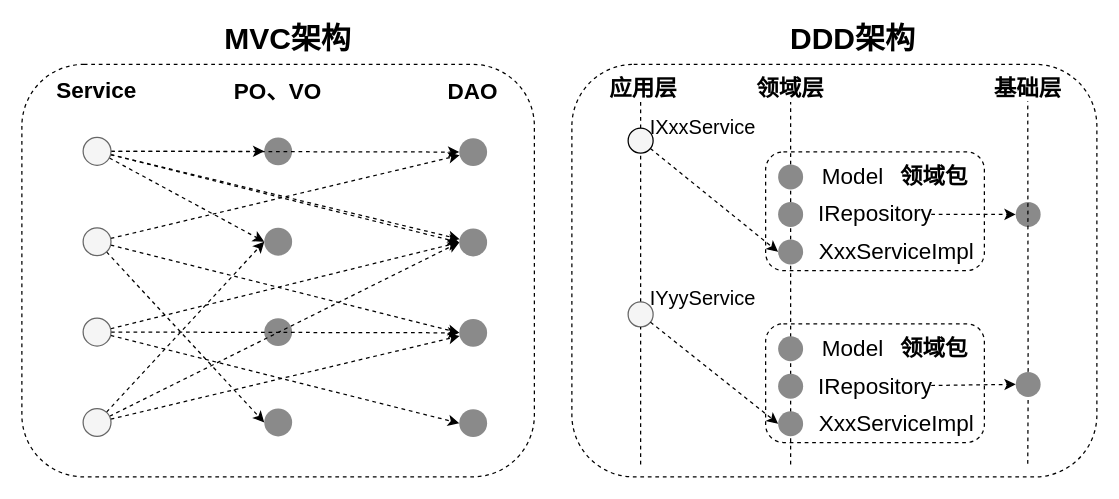
Above: page "第 2 页" (2 of 2) of docs/笔记/项目笔记/Lottery/流程图/系统架构.drawio in HappyBinbin/HappyBinbin.github.io (draw.io), before the change. Source tidied: cells renumbered, new cells numbered last; positions are measured from the earlier drawing's top-left corner, leaving out a move shared by most shapes. Both pictures are drawn from the tidied source at 125%, with x=0, y=0 at pixel (21, 26).
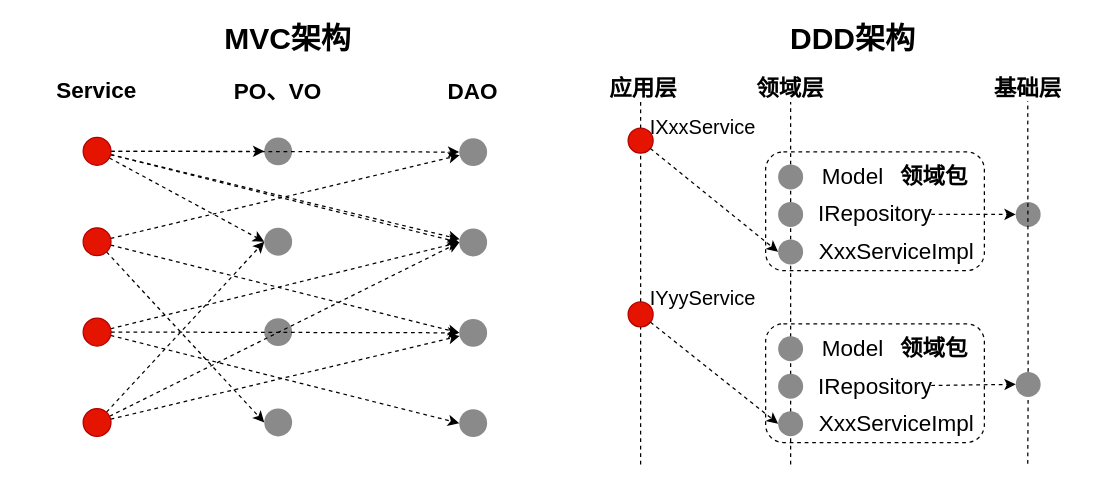
The same diagram, later.

The change refers to these unchanged cells:
```xml
<mxCell id="7" style="ellipse;whiteSpace=wrap;html=1;gradientDirection=north;fillColor=#8A8A8A;strokeColor=none;" parent="1" vertex="1">
  <mxGeometry x="349.9" y="89" width="22.3" height="22.3" as="geometry" />
</mxCell>
<mxCell id="8" style="ellipse;whiteSpace=wrap;html=1;gradientDirection=north;fillColor=#8A8A8A;strokeColor=none;" parent="1" vertex="1">
  <mxGeometry x="349.9" y="161.3" width="22.3" height="22.3" as="geometry" />
</mxCell>
<mxCell id="9" style="ellipse;whiteSpace=wrap;html=1;gradientDirection=north;fillColor=#8A8A8A;strokeColor=none;" parent="1" vertex="1">
  <mxGeometry x="349.9" y="233.6" width="22.3" height="22.3" as="geometry" />
</mxCell>
<mxCell id="10" style="ellipse;whiteSpace=wrap;html=1;gradientDirection=north;fillColor=#8A8A8A;strokeColor=none;" parent="1" vertex="1">
  <mxGeometry x="349.9" y="305.9" width="22.3" height="22.3" as="geometry" />
</mxCell>
<mxCell id="11" style="ellipse;whiteSpace=wrap;html=1;gradientDirection=north;fillColor=#8A8A8A;strokeColor=none;" parent="1" vertex="1">
  <mxGeometry x="193.9" y="88.4" width="22.3" height="22.3" as="geometry" />
</mxCell>
<mxCell id="12" style="ellipse;whiteSpace=wrap;html=1;gradientDirection=north;fillColor=#8A8A8A;strokeColor=none;" parent="1" vertex="1">
  <mxGeometry x="193.9" y="160.7" width="22.3" height="22.3" as="geometry" />
</mxCell>
<mxCell id="14" style="ellipse;whiteSpace=wrap;html=1;gradientDirection=north;fillColor=#8A8A8A;strokeColor=none;" parent="1" vertex="1">
  <mxGeometry x="193.9" y="305.3" width="22.3" height="22.3" as="geometry" />
</mxCell>
<mxCell id="49" value="&lt;font style=&quot;font-size: 18px&quot;&gt;IRepository&lt;/font&gt;" style="text;html=1;strokeColor=none;fillColor=none;align=center;verticalAlign=middle;whiteSpace=wrap;rounded=0;dashed=1;" parent="45" vertex="1">
  <mxGeometry x="42.5" y="40" width="90" height="20" as="geometry" />
</mxCell>
<mxCell id="52" style="ellipse;whiteSpace=wrap;html=1;gradientDirection=north;fillColor=#8A8A8A;strokeColor=none;" parent="45" vertex="1">
  <mxGeometry x="10" y="70" width="20" height="20" as="geometry" />
</mxCell>
<mxCell id="60" value="&lt;font style=&quot;font-size: 18px&quot;&gt;IRepository&lt;/font&gt;" style="text;html=1;strokeColor=none;fillColor=none;align=center;verticalAlign=middle;whiteSpace=wrap;rounded=0;dashed=1;" parent="56" vertex="1">
  <mxGeometry x="42.5" y="40" width="90" height="20" as="geometry" />
</mxCell>
<mxCell id="63" style="ellipse;whiteSpace=wrap;html=1;gradientDirection=north;fillColor=#8A8A8A;strokeColor=none;" parent="56" vertex="1">
  <mxGeometry x="10" y="70" width="20" height="20" as="geometry" />
</mxCell>
```

Change to the diagram source:
```diff
@@
-    <mxCell id="2" style="rounded=1;whiteSpace=wrap;html=1;dashed=1;fillColor=none;" parent="1" vertex="1">
-      <mxGeometry y="30" width="410" height="330" as="geometry" />
-    </mxCell>
@@
     <mxCell id="15" style="rounded=0;sketch=0;jettySize=auto;html=1;endArrow=classic;endFill=1;dashed=1;" parent="1" edge="1" source="20" target="11">
-      <mxGeometry x="790" y="319" as="geometry" />
+      <mxGeometry x="-1" y="229" as="geometry" />
     </mxCell>
     <mxCell id="16" style="rounded=0;sketch=0;jettySize=auto;html=1;entryX=0;entryY=0.5;entryDx=0;entryDy=0;endArrow=classic;endFill=1;dashed=1;" parent="1" edge="1" source="20" target="12">
-      <mxGeometry x="790" y="319" as="geometry" />
+      <mxGeometry x="-1" y="229" as="geometry" />
     </mxCell>
     <mxCell id="17" style="edgeStyle=none;rounded=0;sketch=0;jettySize=auto;html=1;dashed=1;endArrow=classic;endFill=1;" parent="1" edge="1" source="20" target="8">
-      <mxGeometry x="790" y="319" as="geometry" />
+      <mxGeometry x="-1" y="229" as="geometry" />
     </mxCell>
     <mxCell id="18" style="edgeStyle=none;rounded=0;sketch=0;jettySize=auto;html=1;dashed=1;endArrow=classic;endFill=1;" parent="1" edge="1" source="20" target="7">
-      <mxGeometry x="790" y="319" as="geometry" />
+      <mxGeometry x="-1" y="229" as="geometry" />
     </mxCell>
     <mxCell id="19" style="edgeStyle=none;rounded=0;sketch=0;jettySize=auto;html=1;entryX=0;entryY=0.5;entryDx=0;entryDy=0;dashed=1;endArrow=classic;endFill=1;" parent="1" edge="1" source="20" target="8">
-      <mxGeometry x="790" y="319" as="geometry" />
+      <mxGeometry x="-1" y="229" as="geometry" />
     </mxCell>
-    <mxCell id="20" style="ellipse;whiteSpace=wrap;html=1;gradientDirection=north;fillColor=#f5f5f5;strokeColor=#666666;fontColor=#333333;" parent="1" vertex="1">
+    <mxCell id="20" style="ellipse;whiteSpace=wrap;html=1;gradientDirection=north;fillColor=#e51400;strokeColor=#B20000;fontColor=#ffffff;" parent="1" vertex="1">
       <mxGeometry x="49" y="88.4" width="22.3" height="22.3" as="geometry" />
     </mxCell>
     <mxCell id="21" style="edgeStyle=none;rounded=0;sketch=0;jettySize=auto;html=1;entryX=0;entryY=0.5;entryDx=0;entryDy=0;dashed=1;endArrow=classic;endFill=1;" parent="1" edge="1" source="24" target="14">
-      <mxGeometry x="790" y="319" as="geometry" />
+      <mxGeometry x="-1" y="229" as="geometry" />
     </mxCell>
     <mxCell id="22" style="edgeStyle=none;rounded=0;sketch=0;jettySize=auto;html=1;dashed=1;endArrow=classic;endFill=1;" parent="1" edge="1" source="24" target="7">
-      <mxGeometry x="790" y="319" as="geometry" />
+      <mxGeometry x="-1" y="229" as="geometry" />
     </mxCell>
     <mxCell id="23" style="edgeStyle=none;rounded=0;sketch=0;jettySize=auto;html=1;entryX=0;entryY=0.5;entryDx=0;entryDy=0;dashed=1;endArrow=classic;endFill=1;" parent="1" edge="1" source="24" target="9">
-      <mxGeometry x="790" y="319" as="geometry" />
+      <mxGeometry x="-1" y="229" as="geometry" />
     </mxCell>
-    <mxCell id="24" style="ellipse;whiteSpace=wrap;html=1;gradientDirection=north;fillColor=#f5f5f5;strokeColor=#666666;fontColor=#333333;" parent="1" vertex="1">
+    <mxCell id="24" style="ellipse;whiteSpace=wrap;html=1;gradientDirection=north;fillColor=#e51400;strokeColor=#B20000;fontColor=#ffffff;" parent="1" vertex="1">
       <mxGeometry x="49" y="160.7" width="22.3" height="22.3" as="geometry" />
     </mxCell>
     <mxCell id="25" style="edgeStyle=none;rounded=0;sketch=0;jettySize=auto;html=1;entryX=0;entryY=0.5;entryDx=0;entryDy=0;dashed=1;endArrow=classic;endFill=1;" parent="1" edge="1" source="28" target="8">
-      <mxGeometry x="790" y="319" as="geometry" />
+      <mxGeometry x="-1" y="229" as="geometry" />
     </mxCell>
     <mxCell id="26" style="edgeStyle=none;rounded=0;sketch=0;jettySize=auto;html=1;entryX=0;entryY=0.5;entryDx=0;entryDy=0;dashed=1;endArrow=classic;endFill=1;" parent="1" edge="1" source="28" target="10">
-      <mxGeometry x="790" y="319" as="geometry" />
+      <mxGeometry x="-1" y="229" as="geometry" />
     </mxCell>
@@
-    <mxCell id="28" style="ellipse;whiteSpace=wrap;html=1;gradientDirection=north;fillColor=#f5f5f5;strokeColor=#666666;fontColor=#333333;" parent="1" vertex="1">
+    <mxCell id="28" style="ellipse;whiteSpace=wrap;html=1;gradientDirection=north;fillColor=#e51400;strokeColor=#B20000;fontColor=#ffffff;" parent="1" vertex="1">
       <mxGeometry x="49" y="233" width="22.3" height="22.3" as="geometry" />
     </mxCell>
     <mxCell id="29" style="edgeStyle=none;rounded=0;sketch=0;jettySize=auto;html=1;entryX=0;entryY=0.5;entryDx=0;entryDy=0;dashed=1;endArrow=classic;endFill=1;" parent="1" edge="1" source="32" target="12">
-      <mxGeometry x="790" y="319" as="geometry" />
+      <mxGeometry x="-1" y="229" as="geometry" />
     </mxCell>
     <mxCell id="30" style="edgeStyle=none;rounded=0;sketch=0;jettySize=auto;html=1;dashed=1;endArrow=classic;endFill=1;" parent="1" edge="1" source="32" target="9">
-      <mxGeometry x="790" y="319" as="geometry" />
+      <mxGeometry x="-1" y="229" as="geometry" />
     </mxCell>
@@
-    <mxCell id="32" style="ellipse;whiteSpace=wrap;html=1;gradientDirection=north;fillColor=#f5f5f5;strokeColor=#666666;fontColor=#333333;" parent="1" vertex="1">
+    <mxCell id="32" style="ellipse;whiteSpace=wrap;html=1;gradientDirection=north;fillColor=#e51400;strokeColor=#B20000;fontColor=#ffffff;" parent="1" vertex="1">
       <mxGeometry x="49" y="305.3" width="22.3" height="22.3" as="geometry" />
     </mxCell>
-    <mxCell id="33" style="group;" parent="1" vertex="1">
-      <mxGeometry x="440" width="420" height="360" as="geometry" />
-    </mxCell>
-    <mxCell id="34" style="rounded=1;whiteSpace=wrap;html=1;dashed=1;fillColor=none;" parent="33" vertex="1">
-      <mxGeometry y="30" width="420" height="330" as="geometry" />
-    </mxCell>
-    <mxCell id="35" style="endArrow=none;html=1;dashed=1;entryX=0.5;entryY=1;entryDx=0;entryDy=0;" parent="33" edge="1" target="37">
-      <mxGeometry relative="1" as="geometry">
-        <mxPoint x="175" y="350" as="sourcePoint" />
+    <mxCell id="35" style="endArrow=none;html=1;dashed=1;entryX=0.5;entryY=1;entryDx=0;entryDy=0;" parent="1" edge="1" target="37">
+      <mxGeometry x="429" y="190" as="geometry">
+        <mxPoint x="615" y="350" as="sourcePoint" />
       </mxGeometry>
     </mxCell>
-    <mxCell id="36" value="&lt;font style=&quot;font-size: 18px&quot;&gt;&lt;b&gt;&amp;nbsp;应用层&lt;/b&gt;&lt;/font&gt;" style="text;html=1;strokeColor=none;fillColor=none;align=center;verticalAlign=middle;whiteSpace=wrap;rounded=0;" parent="33" vertex="1">
-      <mxGeometry x="20" y="40" width="70" height="20" as="geometry" />
+    <mxCell id="36" value="&lt;font style=&quot;font-size: 18px&quot;&gt;&lt;b&gt;&amp;nbsp;应用层&lt;/b&gt;&lt;/font&gt;" style="text;html=1;strokeColor=none;fillColor=none;align=center;verticalAlign=middle;whiteSpace=wrap;rounded=0;" parent="1" vertex="1">
+      <mxGeometry x="460" y="40" width="70" height="20" as="geometry" />
     </mxCell>
-    <mxCell id="37" value="&lt;font style=&quot;font-size: 18px&quot;&gt;&lt;b&gt;领域层&lt;/b&gt;&lt;/font&gt;" style="text;html=1;strokeColor=none;fillColor=none;align=center;verticalAlign=middle;whiteSpace=wrap;rounded=0;" parent="33" vertex="1">
-      <mxGeometry x="140" y="40" width="70" height="20" as="geometry" />
+    <mxCell id="37" value="&lt;font style=&quot;font-size: 18px&quot;&gt;&lt;b&gt;领域层&lt;/b&gt;&lt;/font&gt;" style="text;html=1;strokeColor=none;fillColor=none;align=center;verticalAlign=middle;whiteSpace=wrap;rounded=0;" parent="1" vertex="1">
+      <mxGeometry x="580" y="40" width="70" height="20" as="geometry" />
     </mxCell>
-    <mxCell id="38" value="&lt;font style=&quot;font-size: 18px&quot;&gt;&lt;b&gt;基础层&lt;/b&gt;&lt;/font&gt;" style="text;html=1;strokeColor=none;fillColor=none;align=center;verticalAlign=middle;whiteSpace=wrap;rounded=0;" parent="33" vertex="1">
-      <mxGeometry x="330" y="39.5" width="70" height="20" as="geometry" />
+    <mxCell id="38" value="&lt;font style=&quot;font-size: 18px&quot;&gt;&lt;b&gt;基础层&lt;/b&gt;&lt;/font&gt;" style="text;html=1;strokeColor=none;fillColor=none;align=center;verticalAlign=middle;whiteSpace=wrap;rounded=0;" parent="1" vertex="1">
+      <mxGeometry x="770" y="39.5" width="70" height="20" as="geometry" />
     </mxCell>
-    <mxCell id="39" style="endArrow=none;html=1;dashed=1;entryX=0.5;entryY=1;entryDx=0;entryDy=0;" parent="33" edge="1" source="40" target="36">
-      <mxGeometry relative="1" as="geometry" />
+    <mxCell id="39" style="endArrow=none;html=1;dashed=1;entryX=0.5;entryY=1;entryDx=0;entryDy=0;" parent="1" edge="1" source="40" target="36">
+      <mxGeometry x="429" y="190" as="geometry" />
     </mxCell>
-    <mxCell id="40" style="ellipse;whiteSpace=wrap;html=1;gradientDirection=north;fillColor=#f5f5f5;fontColor=#333333;" parent="33" vertex="1">
-      <mxGeometry x="45" y="81" width="20" height="20" as="geometry" />
+    <mxCell id="40" style="ellipse;whiteSpace=wrap;html=1;gradientDirection=north;fillColor=#e51400;fontColor=#ffffff;strokeColor=#B20000;" parent="1" vertex="1">
+      <mxGeometry x="485" y="81" width="20" height="20" as="geometry" />
     </mxCell>
-    <mxCell id="41" style="endArrow=none;html=1;dashed=1;entryX=0.5;entryY=1;entryDx=0;entryDy=0;" parent="33" edge="1" source="42" target="40">
-      <mxGeometry relative="1" as="geometry" />
+    <mxCell id="41" style="endArrow=none;html=1;dashed=1;entryX=0.5;entryY=1;entryDx=0;entryDy=0;" parent="1" edge="1" source="42" target="40">
+      <mxGeometry x="429" y="190" as="geometry" />
     </mxCell>
-    <mxCell id="42" style="ellipse;whiteSpace=wrap;html=1;gradientDirection=north;fillColor=#f5f5f5;strokeColor=#666666;fontColor=#333333;" parent="33" vertex="1">
-      <mxGeometry x="45" y="220" width="20" height="20" as="geometry" />
+    <mxCell id="42" style="ellipse;whiteSpace=wrap;html=1;gradientDirection=north;fillColor=#e51400;strokeColor=#B20000;fontColor=#ffffff;" parent="1" vertex="1">
+      <mxGeometry x="485" y="220" width="20" height="20" as="geometry" />
     </mxCell>
-    <mxCell id="43" style="endArrow=none;html=1;dashed=1;entryX=0.5;entryY=1;entryDx=0;entryDy=0;" parent="33" edge="1" target="42">
-      <mxGeometry relative="1" as="geometry">
-        <mxPoint x="55" y="350" as="sourcePoint" />
+    <mxCell id="43" style="endArrow=none;html=1;dashed=1;entryX=0.5;entryY=1;entryDx=0;entryDy=0;" parent="1" edge="1" target="42">
+      <mxGeometry x="429" y="190" as="geometry">
+        <mxPoint x="495" y="350" as="sourcePoint" />
       </mxGeometry>
     </mxCell>
-    <mxCell id="44" style="ellipse;whiteSpace=wrap;html=1;gradientDirection=north;fillColor=#8A8A8A;strokeColor=none;" parent="33" vertex="1">
-      <mxGeometry x="355" y="140" width="20" height="20" as="geometry" />
+    <mxCell id="44" style="ellipse;whiteSpace=wrap;html=1;gradientDirection=north;fillColor=#8A8A8A;strokeColor=none;" parent="1" vertex="1">
+      <mxGeometry x="795" y="140" width="20" height="20" as="geometry" />
     </mxCell>
-    <mxCell id="45" style="group;" parent="33" vertex="1">
-      <mxGeometry x="155" y="100" width="175" height="95" as="geometry" />
+    <mxCell id="45" style="group;" parent="1" vertex="1">
+      <mxGeometry x="595" y="100" width="175" height="95" as="geometry" />
     </mxCell>
@@
-    <mxCell id="54" style="edgeStyle=none;rounded=0;jettySize=auto;html=1;entryX=0;entryY=0.5;entryDx=0;entryDy=0;dashed=1;" parent="33" edge="1" source="49" target="44">
-      <mxGeometry relative="1" as="geometry" />
+    <mxCell id="54" style="edgeStyle=none;rounded=0;jettySize=auto;html=1;entryX=0;entryY=0.5;entryDx=0;entryDy=0;dashed=1;" parent="1" edge="1" source="49" target="44">
+      <mxGeometry x="429" y="190" as="geometry" />
     </mxCell>
-    <mxCell id="55" style="edgeStyle=none;rounded=0;jettySize=auto;html=1;entryX=0;entryY=0.5;entryDx=0;entryDy=0;dashed=1;" parent="33" edge="1" source="40" target="52">
-      <mxGeometry relative="1" as="geometry" />
+    <mxCell id="55" style="edgeStyle=none;rounded=0;jettySize=auto;html=1;entryX=0;entryY=0.5;entryDx=0;entryDy=0;dashed=1;" parent="1" edge="1" source="40" target="52">
+      <mxGeometry x="429" y="190" as="geometry" />
     </mxCell>
-    <mxCell id="56" style="group;" parent="33" vertex="1">
-      <mxGeometry x="155" y="237.5" width="175" height="95" as="geometry" />
+    <mxCell id="56" style="group;" parent="1" vertex="1">
+      <mxGeometry x="595" y="237.5" width="175" height="95" as="geometry" />
     </mxCell>
@@
-    <mxCell id="65" style="edgeStyle=none;rounded=0;jettySize=auto;html=1;entryX=0;entryY=0.5;entryDx=0;entryDy=0;dashed=1;" parent="33" edge="1" source="42" target="63">
-      <mxGeometry relative="1" as="geometry" />
+    <mxCell id="65" style="edgeStyle=none;rounded=0;jettySize=auto;html=1;entryX=0;entryY=0.5;entryDx=0;entryDy=0;dashed=1;" parent="1" edge="1" source="42" target="63">
+      <mxGeometry x="429" y="190" as="geometry" />
     </mxCell>
-    <mxCell id="66" style="endArrow=none;html=1;dashed=1;entryX=0.5;entryY=1;entryDx=0;entryDy=0;" parent="33" edge="1" source="67">
-      <mxGeometry relative="1" as="geometry">
-        <mxPoint x="364.7" y="59.5" as="targetPoint" />
+    <mxCell id="66" style="endArrow=none;html=1;dashed=1;entryX=0.5;entryY=1;entryDx=0;entryDy=0;" parent="1" edge="1" source="67">
+      <mxGeometry x="429" y="190" as="geometry">
+        <mxPoint x="804.7" y="59.5" as="targetPoint" />
       </mxGeometry>
     </mxCell>
-    <mxCell id="67" style="ellipse;whiteSpace=wrap;html=1;gradientDirection=north;fillColor=#8A8A8A;strokeColor=none;" parent="33" vertex="1">
-      <mxGeometry x="355" y="276" width="20" height="20" as="geometry" />
+    <mxCell id="67" style="ellipse;whiteSpace=wrap;html=1;gradientDirection=north;fillColor=#8A8A8A;strokeColor=none;" parent="1" vertex="1">
+      <mxGeometry x="795" y="276" width="20" height="20" as="geometry" />
     </mxCell>
-    <mxCell id="68" style="endArrow=none;html=1;dashed=1;entryX=0.5;entryY=1;entryDx=0;entryDy=0;" parent="33" edge="1" target="67">
-      <mxGeometry relative="1" as="geometry">
-        <mxPoint x="364.7" y="349.5" as="sourcePoint" />
+    <mxCell id="68" style="endArrow=none;html=1;dashed=1;entryX=0.5;entryY=1;entryDx=0;entryDy=0;" parent="1" edge="1" target="67">
+      <mxGeometry x="429" y="190" as="geometry">
+        <mxPoint x="804.7" y="349.5" as="sourcePoint" />
       </mxGeometry>
     </mxCell>
-    <mxCell id="69" style="edgeStyle=none;rounded=0;jettySize=auto;html=1;entryX=0;entryY=0.5;entryDx=0;entryDy=0;dashed=1;" parent="33" edge="1" source="60" target="67">
-      <mxGeometry relative="1" as="geometry" />
+    <mxCell id="69" style="edgeStyle=none;rounded=0;jettySize=auto;html=1;entryX=0;entryY=0.5;entryDx=0;entryDy=0;dashed=1;" parent="1" edge="1" source="60" target="67">
+      <mxGeometry x="429" y="190" as="geometry" />
     </mxCell>
-    <mxCell id="70" value="&lt;font style=&quot;font-size: 16px&quot;&gt;IXxxService&lt;/font&gt;" style="text;html=1;strokeColor=none;fillColor=none;align=center;verticalAlign=middle;whiteSpace=wrap;rounded=0;dashed=1;" parent="33" vertex="1">
-      <mxGeometry x="55" y="70" width="100" height="20" as="geometry" />
+    <mxCell id="70" value="&lt;font style=&quot;font-size: 16px&quot;&gt;IXxxService&lt;/font&gt;" style="text;html=1;strokeColor=none;fillColor=none;align=center;verticalAlign=middle;whiteSpace=wrap;rounded=0;dashed=1;" parent="1" vertex="1">
+      <mxGeometry x="495" y="70" width="100" height="20" as="geometry" />
     </mxCell>
-    <mxCell id="71" value="&lt;font style=&quot;font-size: 16px&quot;&gt;IYyyService&lt;/font&gt;" style="text;html=1;strokeColor=none;fillColor=none;align=center;verticalAlign=middle;whiteSpace=wrap;rounded=0;dashed=1;" parent="33" vertex="1">
-      <mxGeometry x="55" y="207" width="100" height="20" as="geometry" />
+    <mxCell id="71" value="&lt;font style=&quot;font-size: 16px&quot;&gt;IYyyService&lt;/font&gt;" style="text;html=1;strokeColor=none;fillColor=none;align=center;verticalAlign=middle;whiteSpace=wrap;rounded=0;dashed=1;" parent="1" vertex="1">
+      <mxGeometry x="495" y="207" width="100" height="20" as="geometry" />
     </mxCell>
-    <mxCell id="72" value="&lt;font style=&quot;font-size: 24px&quot;&gt;&lt;b&gt;DDD架构&lt;/b&gt;&lt;/font&gt;" style="text;html=1;strokeColor=none;fillColor=none;align=center;verticalAlign=middle;whiteSpace=wrap;rounded=0;sketch=0;" parent="33" vertex="1">
-      <mxGeometry x="155" width="140" height="20" as="geometry" />
+    <mxCell id="72" value="&lt;font style=&quot;font-size: 24px&quot;&gt;&lt;b&gt;DDD架构&lt;/b&gt;&lt;/font&gt;" style="text;html=1;strokeColor=none;fillColor=none;align=center;verticalAlign=middle;whiteSpace=wrap;rounded=0;sketch=0;" parent="1" vertex="1">
+      <mxGeometry x="595" width="140" height="20" as="geometry" />
     </mxCell>
```
